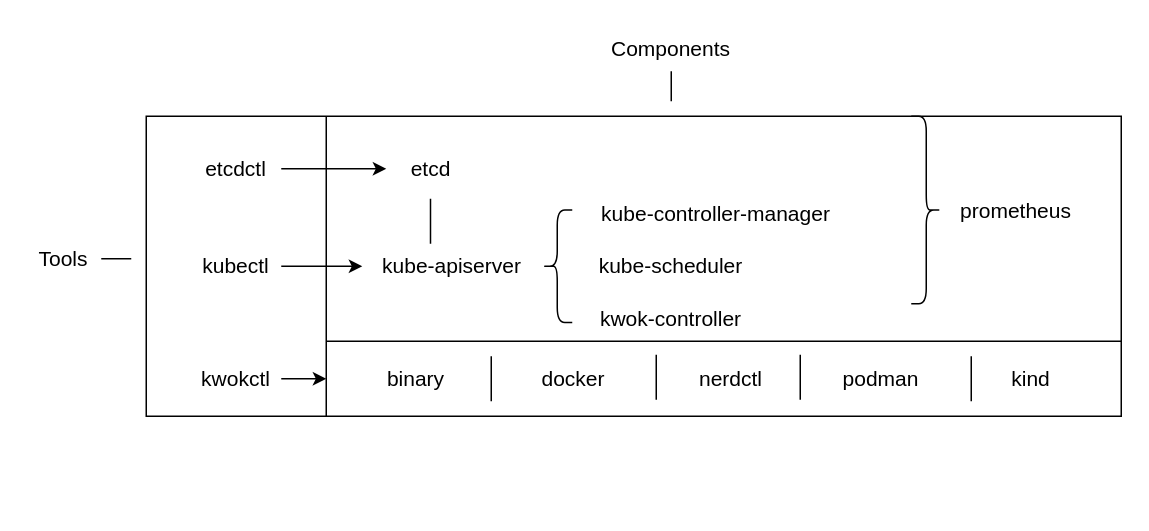
This is kwok架构图.drawio from 20160920/draw-picture, a draw.io file, before an edit. Source tidied: cells renumbered, new cells numbered last; positions are measured from the earlier drawing's top-left corner, leaving out a move shared by most shapes. Both pictures are drawn from the tidied source at 150%, with x=0, y=0 at pixel (26, 26).
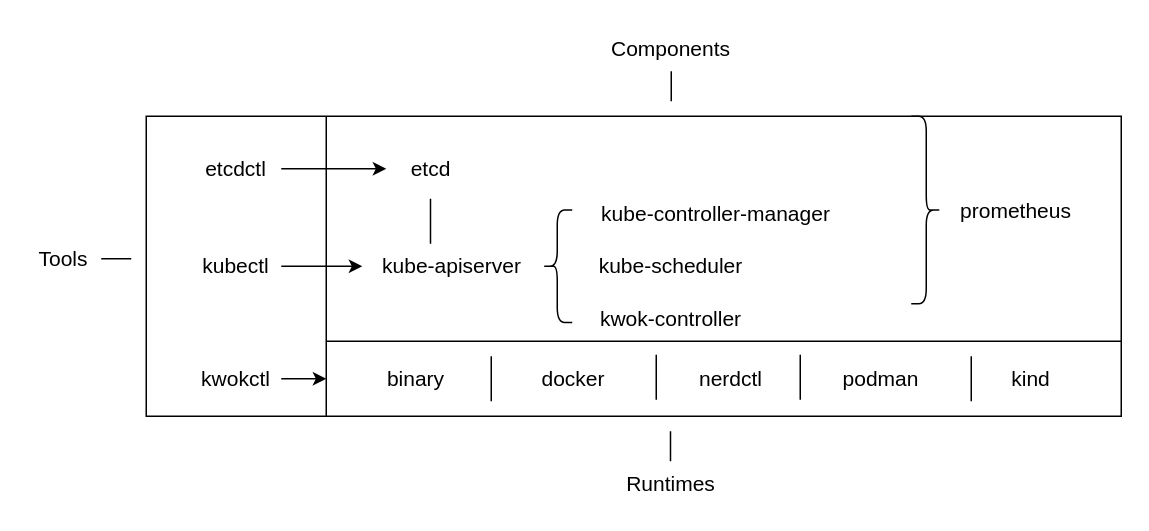
Above is the later version.

Commit message:
更新kwok架构图.drawio

What changed in the source:
```diff
@@
+    <mxCell id="33" value="&lt;font style=&quot;font-size: 14px;&quot;&gt;Runtimes&lt;/font&gt;" style="text;html=1;strokeColor=none;fillColor=none;align=center;verticalAlign=middle;whiteSpace=wrap;rounded=0;" parent="1" vertex="1">
+      <mxGeometry x="400" y="290" width="60" height="30" as="geometry" />
+    </mxCell>
+    <mxCell id="34" style="endArrow=none;html=1;rounded=0;exitX=0.5;exitY=1;exitDx=0;exitDy=0;" parent="1" edge="1">
+      <mxGeometry relative="1" as="geometry">
+        <mxPoint x="429.5" y="270" as="sourcePoint" />
+        <mxPoint x="429.5" y="290" as="targetPoint" />
+      </mxGeometry>
+    </mxCell>
```
